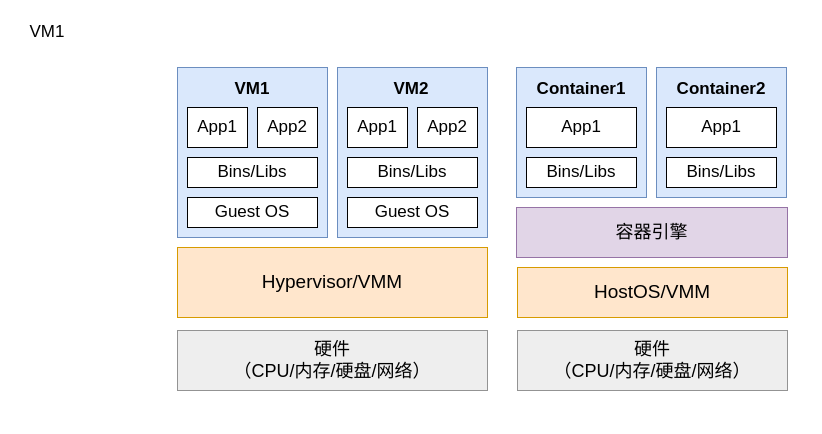
Earlier version of the draw.io diagram 虚拟化_容器.drawio (TouyamaRie/My_pictures). Source tidied: cells renumbered, new cells numbered last; positions are measured from the earlier drawing's top-left corner, leaving out a move shared by most shapes. Both pictures are drawn from the tidied source at 100%, with x=0, y=0 at pixel (17, 17).
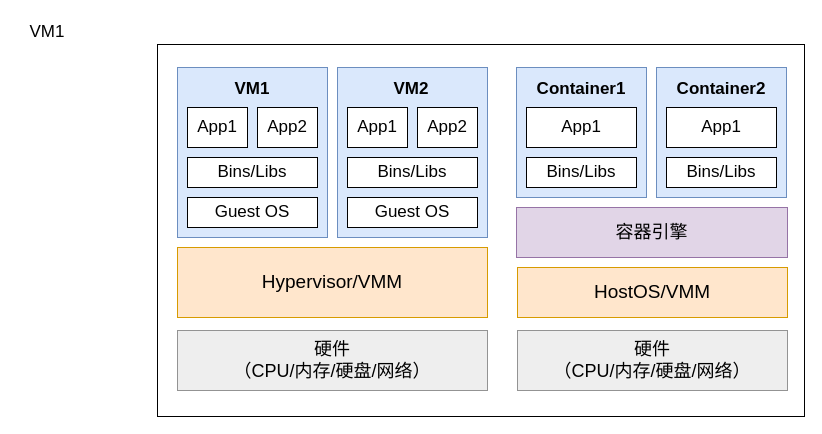
Above is the later version.

Commit message:
更新虚拟化_容器.drawio

Change to the diagram source:
```diff
@@
+    <mxCell id="28" style="rounded=0;whiteSpace=wrap;html=1;" parent="1" vertex="1">
+      <mxGeometry x="140" y="27" width="647" height="372" as="geometry" />
+    </mxCell>
```
